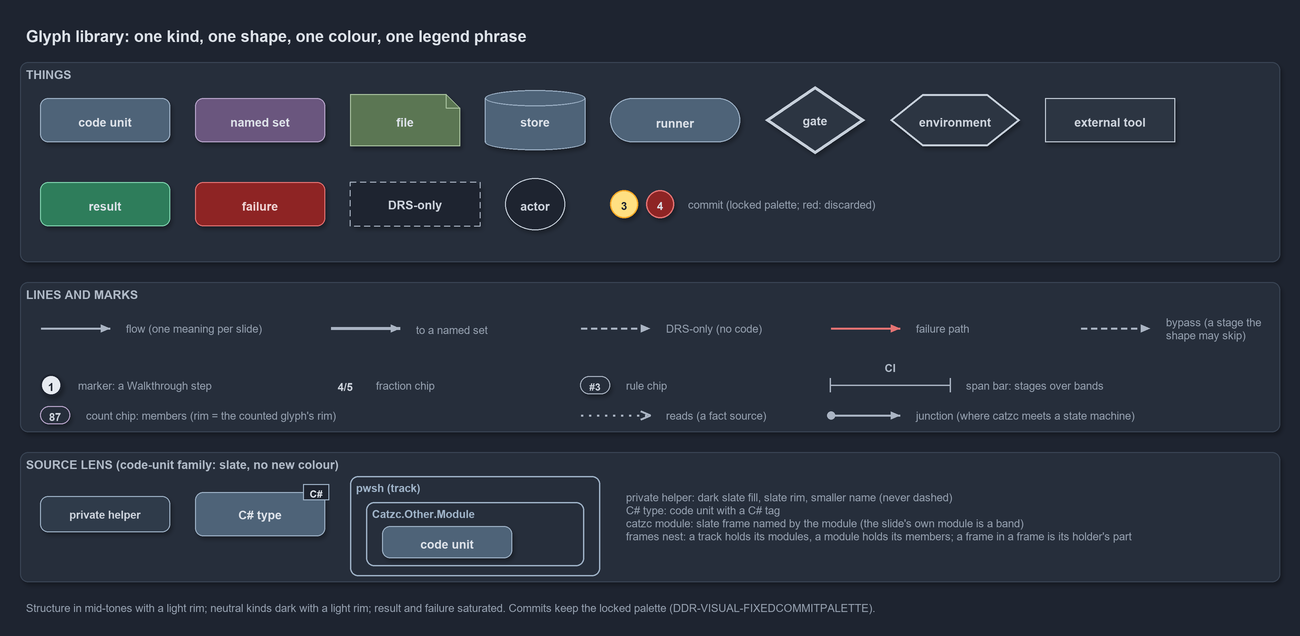
The draw.io diagram docs/explanation/.assets/glyphs.drawio.png in casperease/catzc, before a commit. Source tidied: cells renumbered, new cells last; positions are measured from the earlier drawing's top-left corner, leaving out a move shared by most shapes.
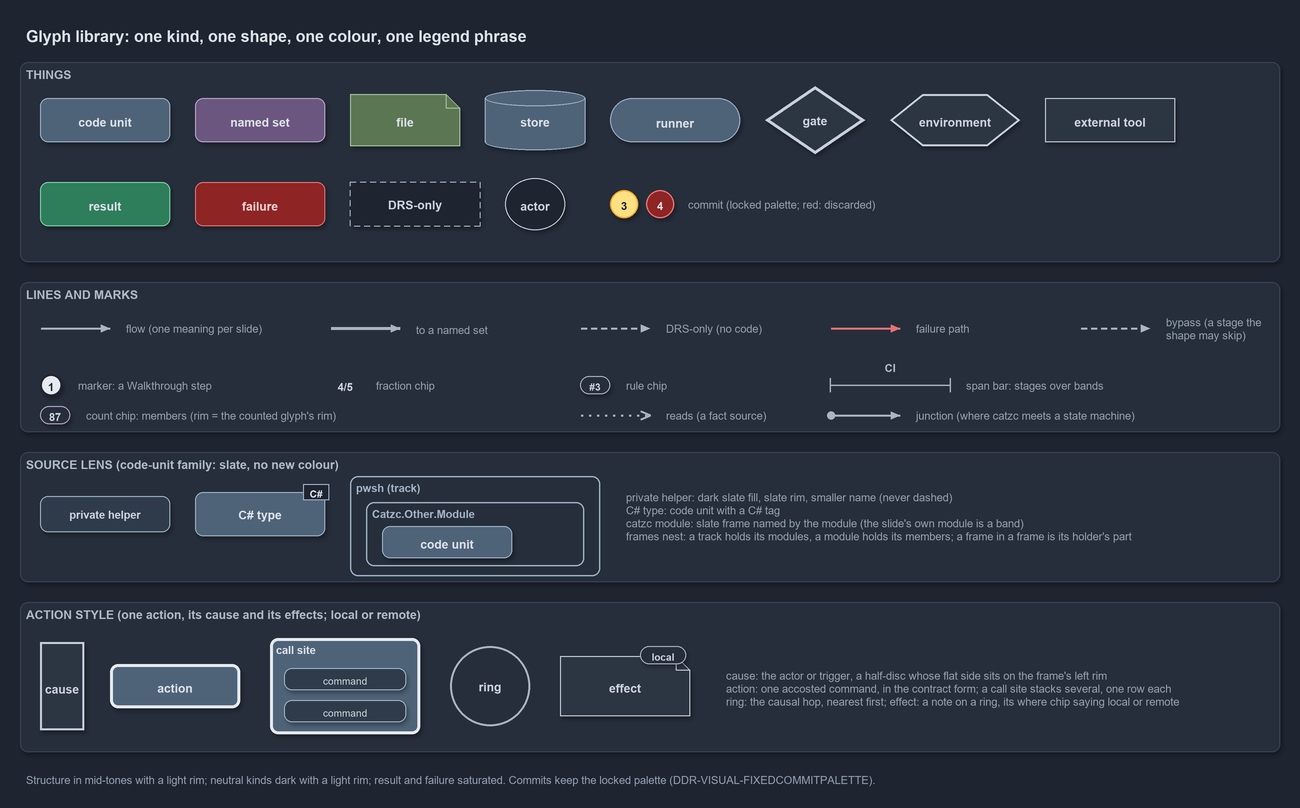
Above is the later version.

Diff of the diagram source:
```diff
@@ -197,8 +197,38 @@
     <mxCell id="66" value="private helper: dark slate fill, slate rim, smaller name (never dashed)&lt;br&gt;C# type: code unit with a C# tag&lt;br&gt;catzc module: slate frame named by the module (the slide's own module is a band)&lt;br&gt;frames nest: a track holds its modules, a module holds its members; a frame in a frame is its holder's part" style="text;html=1;whiteSpace=wrap;align=left;verticalAlign=middle;fontSize=11;fontColor=#949FAE;" parent="1" vertex="1">
       <mxGeometry x="600" y="464" width="640" height="64" as="geometry" />
     </mxCell>
+    <mxCell id="68" value="ACTION STYLE (one action, its cause and its effects; local or remote)" style="rounded=1;html=1;arcSize=3;fillColor=#262E3B;strokeColor=#3A4555;verticalAlign=top;align=left;spacingLeft=8;fontStyle=1;fontSize=12;fontColor=#B0BAC7;" parent="1" vertex="1">
+      <mxGeometry y="582" width="1260" height="150" as="geometry" />
+    </mxCell>
+    <mxCell id="69" value="&lt;b&gt;cause&lt;/b&gt;" style="shape=delay;whiteSpace=wrap;html=1;fillColor=#2C3542;strokeColor=#C7D0DB;strokeWidth=2;fontColor=#CDD3DC;fontSize=12;" parent="1" vertex="1">
+      <mxGeometry x="20" y="622" width="44" height="88" as="geometry" />
+    </mxCell>
+    <mxCell id="70" value="&lt;b&gt;action&lt;/b&gt;" style="rounded=1;whiteSpace=wrap;html=1;arcSize=20;fillColor=#4E6378;strokeColor=#E6EAF0;strokeWidth=3;fontColor=#DDE2E9;fontSize=12;" parent="1" vertex="1">
+      <mxGeometry x="90" y="644" width="130" height="44" as="geometry" />
+    </mxCell>
+    <mxCell id="71" value="&lt;b&gt;call site&lt;/b&gt;" style="rounded=1;whiteSpace=wrap;html=1;arcSize=8;fillColor=#4E6378;strokeColor=#E6EAF0;strokeWidth=3;verticalAlign=top;align=left;spacingLeft=8;fontColor=#DDE2E9;fontSize=11;" parent="1" vertex="1">
+      <mxGeometry x="250" y="618" width="150" height="96" as="geometry" />
+    </mxCell>
+    <mxCell id="72" value="command" style="rounded=1;whiteSpace=wrap;html=1;arcSize=20;fillColor=#2F3B4A;strokeColor=#9FB3C8;fontColor=#CDD3DC;fontSize=10.5;" parent="71" vertex="1">
+      <mxGeometry x="14" y="30" width="122" height="22" as="geometry" />
+    </mxCell>
+    <mxCell id="73" value="command" style="rounded=1;whiteSpace=wrap;html=1;arcSize=20;fillColor=#2F3B4A;strokeColor=#9FB3C8;fontColor=#CDD3DC;fontSize=10.5;" parent="71" vertex="1">
+      <mxGeometry x="14" y="62" width="122" height="22" as="geometry" />
+    </mxCell>
+    <mxCell id="74" value="&lt;b&gt;ring&lt;/b&gt;" style="ellipse;whiteSpace=wrap;html=1;fillColor=none;strokeColor=#AAB4C3;strokeWidth=2;fontColor=#CDD3DC;fontSize=12;shadow=0;" parent="1" vertex="1">
+      <mxGeometry x="430" y="626" width="80" height="80" as="geometry" />
+    </mxCell>
+    <mxCell id="75" value="&lt;b&gt;effect&lt;/b&gt;" style="shape=note;size=14;whiteSpace=wrap;html=1;fillColor=#2C3542;strokeColor=#C7D0DB;fontColor=#CDD3DC;fontSize=12;" parent="1" vertex="1">
+      <mxGeometry x="540" y="636" width="130" height="60" as="geometry" />
+    </mxCell>
+    <mxCell id="76" value="local" style="rounded=1;arcSize=50;whiteSpace=wrap;html=1;fillColor=#262E3B;strokeColor=#AAB4C3;fontColor=#CDD3DC;fontStyle=1;fontSize=10.5;" parent="1" vertex="1">
+      <mxGeometry x="620" y="626" width="46" height="18" as="geometry" />
+    </mxCell>
+    <mxCell id="77" value="cause: the actor or trigger, a half-disc whose flat side sits on the frame's left rim&lt;br&gt;action: one accosted command, in the contract form; a call site stacks several, one row each&lt;br&gt;ring: the causal hop, nearest first; effect: a note on a ring, its where chip saying local or remote" style="text;html=1;whiteSpace=wrap;align=left;verticalAlign=middle;fontSize=11;fontColor=#949FAE;" parent="1" vertex="1">
+      <mxGeometry x="700" y="636" width="540" height="64" as="geometry" />
+    </mxCell>
     <mxCell id="67" value="Structure in mid-tones with a light rim; neutral kinds dark with a light rim; result and failure saturated. Commits keep the locked palette (DDR-VISUAL-FIXEDCOMMITPALETTE)." style="text;html=1;whiteSpace=wrap;align=left;verticalAlign=top;fontSize=11;fontColor=#949FAE;" parent="1" vertex="1">
-      <mxGeometry y="576" width="1260" height="20" as="geometry" />
+      <mxGeometry y="748" width="1260" height="20" as="geometry" />
     </mxCell>
   </root>
 </mxGraphModel>
```
